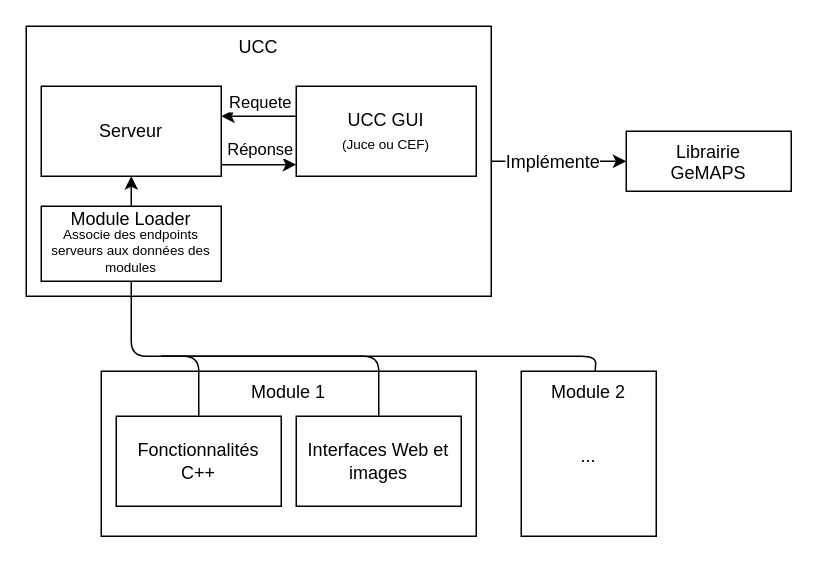
Before: drawio/modulaire simple.drawio in ThomasColin1/rapport_pfe, a draw.io diagram. Source tidied: cells renumbered, new cells numbered last; positions are measured from the earlier drawing's top-left corner, leaving out a move shared by most shapes. Both pictures are drawn from the tidied source at 150%, with x=0, y=0 at pixel (26, 26).
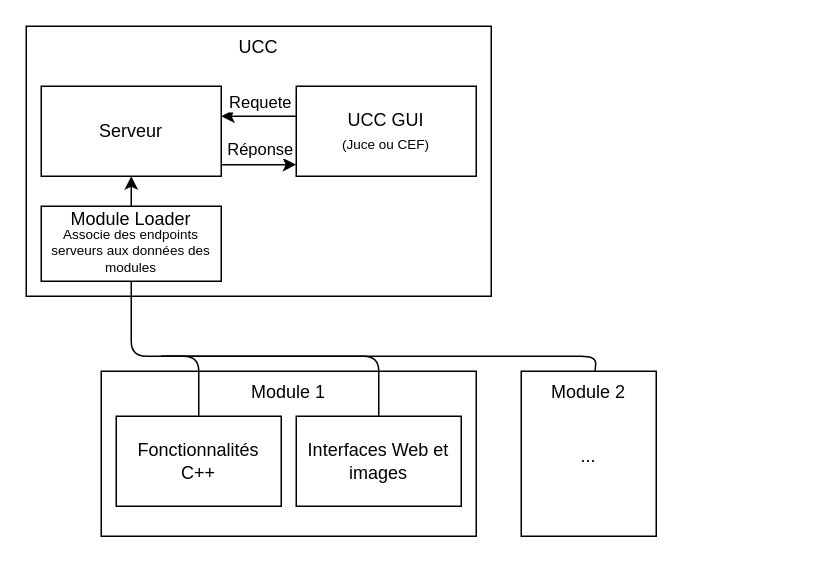
The same page after the edit.

Unchanged cells that the change refers to:
```xml
<mxCell id="5" value="UCC" style="whiteSpace=wrap;html=1;verticalAlign=top;" parent="1" vertex="1">
  <mxGeometry width="310" height="180" as="geometry" />
</mxCell>
```

What changed in the source:
```diff
@@
-    <mxCell id="2" value="Librairie &lt;br&gt;GeMAPS" style="whiteSpace=wrap;html=1;verticalAlign=top;" parent="1" vertex="1">
-      <mxGeometry x="400" y="70" width="110" height="40" as="geometry" />
-    </mxCell>
-    <mxCell id="3" style="edgeStyle=none;html=1;entryX=0;entryY=0.5;entryDx=0;entryDy=0;fontSize=8;endArrow=classic;endFill=1;" parent="1" edge="1" source="5" target="2">
-      <mxGeometry relative="1" as="geometry" />
-    </mxCell>
-    <mxCell id="4" value="&lt;font style=&quot;font-size: 12px;&quot;&gt;Implémente&lt;/font&gt;" style="edgeLabel;html=1;align=center;verticalAlign=middle;fontSize=8;" parent="3" vertex="1">
-      <mxGeometry x="0.25" y="-2" relative="1" as="geometry">
-        <mxPoint x="-16" y="-2" as="offset" />
-      </mxGeometry>
-    </mxCell>
```
